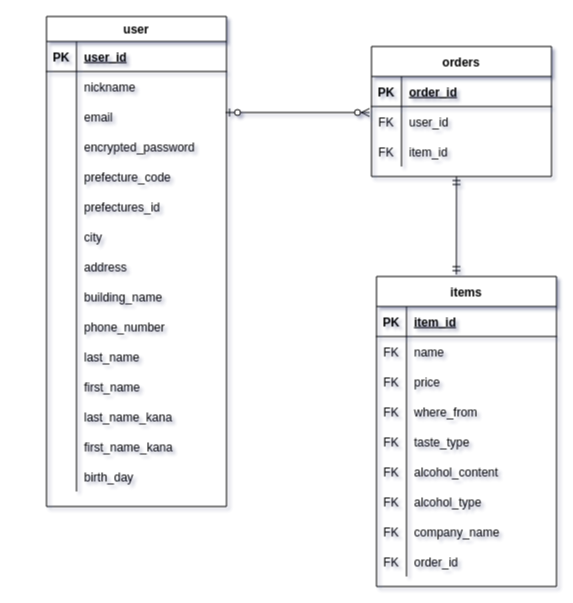
pyontarou/vending-choices keeps this draw.io diagram as vending-choices.dio. Above is the earlier version. Source tidied: cells renumbered, new cells numbered last; positions are measured from the earlier drawing's top-left corner, leaving out a move shared by most shapes. Both pictures are drawn from the tidied source at 100%, with x=0, y=0 at pixel (16, 16).
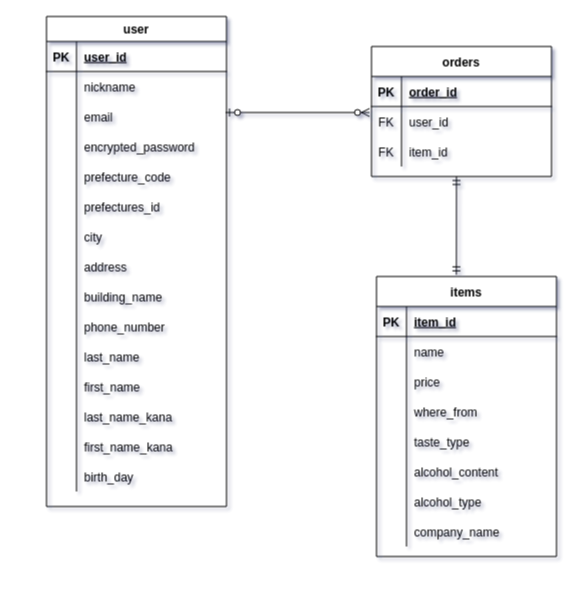
After the change.

Commit message (it also covers changes not shown here):
アプリケーションの概要の記載

The change refers to these unchanged cells:
```xml
<mxCell id="64" style="shape=partialRectangle;fillColor=none;top=0;left=0;bottom=0;right=0;" parent="60" vertex="1">
  <mxGeometry y="60" width="180" height="30" as="geometry" />
</mxCell>
<mxCell id="67" style="shape=partialRectangle;fillColor=none;top=0;left=0;bottom=0;right=0;" parent="60" vertex="1">
  <mxGeometry y="90" width="180" height="30" as="geometry" />
</mxCell>
<mxCell id="70" style="shape=partialRectangle;fillColor=none;top=0;left=0;bottom=0;right=0;" parent="60" vertex="1">
  <mxGeometry y="120" width="180" height="30" as="geometry" />
</mxCell>
<mxCell id="73" style="shape=partialRectangle;fillColor=none;top=0;left=0;bottom=0;right=0;" parent="60" vertex="1">
  <mxGeometry y="150" width="180" height="30" as="geometry" />
</mxCell>
<mxCell id="76" style="shape=partialRectangle;fillColor=none;top=0;left=0;bottom=0;right=0;" parent="60" vertex="1">
  <mxGeometry y="180" width="180" height="30" as="geometry" />
</mxCell>
<mxCell id="79" style="shape=partialRectangle;fillColor=none;top=0;left=0;bottom=0;right=0;" parent="60" vertex="1">
  <mxGeometry y="210" width="180" height="30" as="geometry" />
</mxCell>
<mxCell id="82" style="shape=partialRectangle;fillColor=none;top=0;left=0;bottom=0;right=0;" parent="60" vertex="1">
  <mxGeometry y="240" width="180" height="30" as="geometry" />
</mxCell>
```

What changed in the source:
```diff
@@
     <mxCell id="60" value="items" style="shape=table;startSize=30;childLayout=tableLayout;rowLines=0;fontStyle=1;align=center;" parent="1" vertex="1">
-      <mxGeometry x="360" y="260" width="180" height="310" as="geometry" />
+      <mxGeometry x="360" y="260" width="180" height="280" as="geometry" />
     </mxCell>
@@
-    <mxCell id="65" value="FK" style="shape=partialRectangle;fillColor=none;top=0;left=0;bottom=0;right=0;overflow=hidden;" parent="64" vertex="1">
+    <mxCell id="65" style="shape=partialRectangle;fillColor=none;top=0;left=0;bottom=0;right=0;overflow=hidden;" parent="64" vertex="1">
       <mxGeometry width="30" height="30" as="geometry" />
     </mxCell>
@@
-    <mxCell id="68" value="FK" style="shape=partialRectangle;fillColor=none;top=0;left=0;bottom=0;right=0;overflow=hidden;" parent="67" vertex="1">
+    <mxCell id="68" style="shape=partialRectangle;fillColor=none;top=0;left=0;bottom=0;right=0;overflow=hidden;" parent="67" vertex="1">
       <mxGeometry width="30" height="30" as="geometry" />
     </mxCell>
@@
-    <mxCell id="71" value="FK" style="shape=partialRectangle;fillColor=none;top=0;left=0;bottom=0;right=0;overflow=hidden;" parent="70" vertex="1">
+    <mxCell id="71" style="shape=partialRectangle;fillColor=none;top=0;left=0;bottom=0;right=0;overflow=hidden;" parent="70" vertex="1">
       <mxGeometry width="30" height="30" as="geometry" />
     </mxCell>
@@
-    <mxCell id="74" value="FK" style="shape=partialRectangle;fillColor=none;top=0;left=0;bottom=0;right=0;overflow=hidden;" parent="73" vertex="1">
+    <mxCell id="74" style="shape=partialRectangle;fillColor=none;top=0;left=0;bottom=0;right=0;overflow=hidden;" parent="73" vertex="1">
       <mxGeometry width="30" height="30" as="geometry" />
     </mxCell>
@@
-    <mxCell id="77" value="FK" style="shape=partialRectangle;fillColor=none;top=0;left=0;bottom=0;right=0;overflow=hidden;" parent="76" vertex="1">
+    <mxCell id="77" style="shape=partialRectangle;fillColor=none;top=0;left=0;bottom=0;right=0;overflow=hidden;" parent="76" vertex="1">
       <mxGeometry width="30" height="30" as="geometry" />
     </mxCell>
@@
-    <mxCell id="80" value="FK" style="shape=partialRectangle;fillColor=none;top=0;left=0;bottom=0;right=0;overflow=hidden;" parent="79" vertex="1">
+    <mxCell id="80" style="shape=partialRectangle;fillColor=none;top=0;left=0;bottom=0;right=0;overflow=hidden;" parent="79" vertex="1">
       <mxGeometry width="30" height="30" as="geometry" />
     </mxCell>
@@
-    <mxCell id="83" value="FK" style="shape=partialRectangle;fillColor=none;top=0;left=0;bottom=0;right=0;overflow=hidden;" parent="82" vertex="1">
+    <mxCell id="83" style="shape=partialRectangle;fillColor=none;top=0;left=0;bottom=0;right=0;overflow=hidden;" parent="82" vertex="1">
       <mxGeometry width="30" height="30" as="geometry" />
     </mxCell>
@@
-    <mxCell id="85" style="shape=partialRectangle;fillColor=none;top=0;left=0;bottom=0;right=0;" parent="60" vertex="1">
-      <mxGeometry y="270" width="180" height="30" as="geometry" />
-    </mxCell>
-    <mxCell id="86" value="FK" style="shape=partialRectangle;fillColor=none;top=0;left=0;bottom=0;right=0;overflow=hidden;" parent="85" vertex="1">
-      <mxGeometry width="30" height="30" as="geometry" />
-    </mxCell>
-    <mxCell id="87" value="order_id" style="shape=partialRectangle;fillColor=none;top=0;left=0;bottom=0;right=0;align=left;spacingLeft=6;overflow=hidden;" parent="85" vertex="1">
-      <mxGeometry x="30" width="150" height="30" as="geometry" />
-    </mxCell>
```
